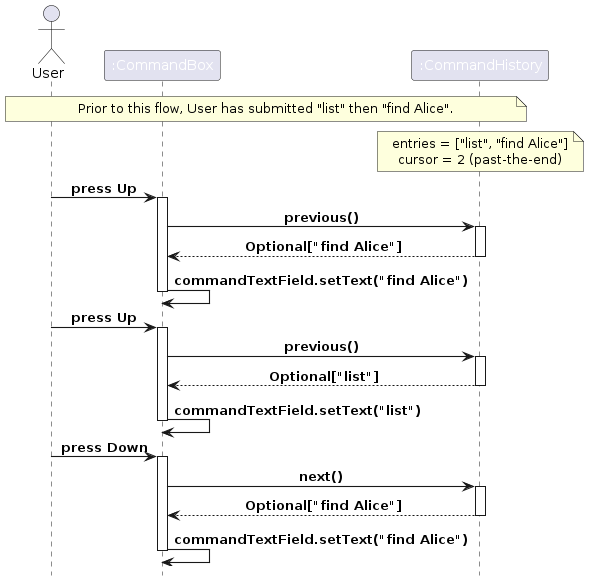
Above: diagrams/CommandHistorySequenceDiagram.png in AY2627S1-CS2103-F10-1/tp (PlantUML), before the change. Its source is kept beside it as diagrams/CommandHistorySequenceDiagram.puml. The source it was exported from:
```plantuml
@startuml
!include style.puml
skinparam sequenceArrowThickness 1.1

actor User as U
participant ":CommandBox" as Box
participant ":CommandHistory" as Hist

note over U, Hist: Prior to this flow, User has submitted "list" then "find Alice".
note over Hist: entries = ["list", "find Alice"]\ncursor = 2 (past-the-end)

U -> Box : press Up
activate Box
Box -> Hist : previous()
activate Hist
Hist --> Box : Optional["find Alice"]
deactivate Hist
Box -> Box : commandTextField.setText("find Alice")
deactivate Box

U -> Box : press Up
activate Box
Box -> Hist : previous()
activate Hist
Hist --> Box : Optional["list"]
deactivate Hist
Box -> Box : commandTextField.setText("list")
deactivate Box

U -> Box : press Down
activate Box
Box -> Hist : next()
activate Hist
Hist --> Box : Optional["find Alice"]
deactivate Hist
Box -> Box : commandTextField.setText("find Alice")
deactivate Box

@enduml
```
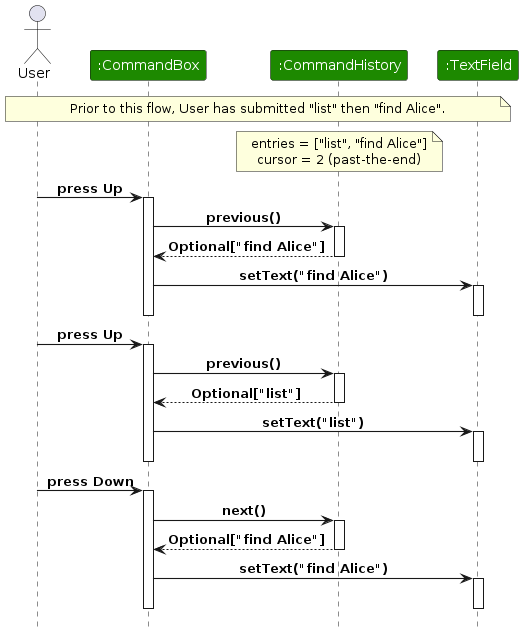
The same diagram one commit later.

What changed in the source:
```diff
@@ -3,10 +3,11 @@
 skinparam sequenceArrowThickness 1.1
 
 actor User as U
-participant ":CommandBox" as Box
-participant ":CommandHistory" as Hist
+participant ":CommandBox" as Box UI_COLOR
+participant ":CommandHistory" as Hist UI_COLOR
+participant ":TextField" as Field UI_COLOR
 
-note over U, Hist: Prior to this flow, User has submitted "list" then "find Alice".
+note over U, Field: Prior to this flow, User has submitted "list" then "find Alice".
 note over Hist: entries = ["list", "find Alice"]\ncursor = 2 (past-the-end)
 
 U -> Box : press Up
@@ -15,7 +16,9 @@
 activate Hist
 Hist --> Box : Optional["find Alice"]
 deactivate Hist
-Box -> Box : commandTextField.setText("find Alice")
+Box -> Field : setText("find Alice")
+activate Field
+deactivate Field
 deactivate Box
 
 U -> Box : press Up
@@ -24,7 +27,9 @@
 activate Hist
 Hist --> Box : Optional["list"]
 deactivate Hist
-Box -> Box : commandTextField.setText("list")
+Box -> Field : setText("list")
+activate Field
+deactivate Field
 deactivate Box
 
 U -> Box : press Down
@@ -33,7 +38,9 @@
 activate Hist
 Hist --> Box : Optional["find Alice"]
 deactivate Hist
-Box -> Box : commandTextField.setText("find Alice")
+Box -> Field : setText("find Alice")
+activate Field
+deactivate Field
 deactivate Box
 
 @enduml
```
